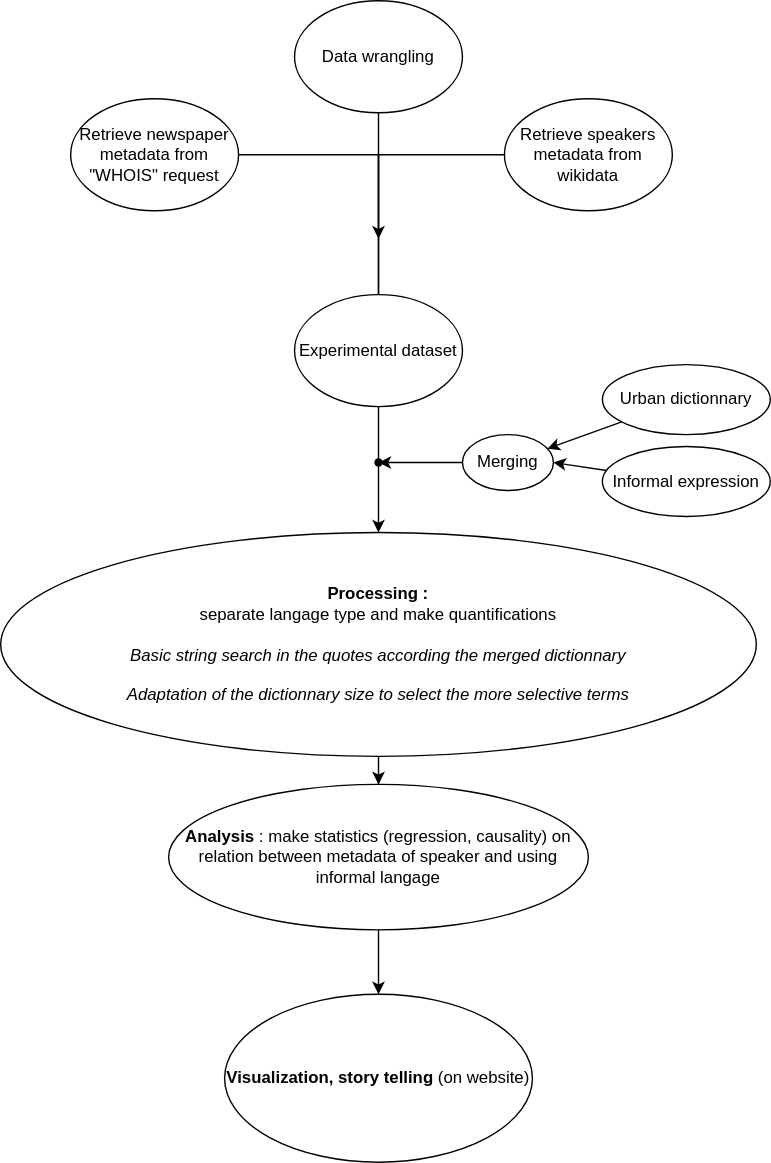
This is test_diagram.drawio.svg from epfl-ada/ada-2021-project-adacadabra, a draw.io export, as it was before one commit. Source tidied: cells renumbered, new cells last; positions are measured from the earlier drawing's top-left corner, leaving out a move shared by most shapes.
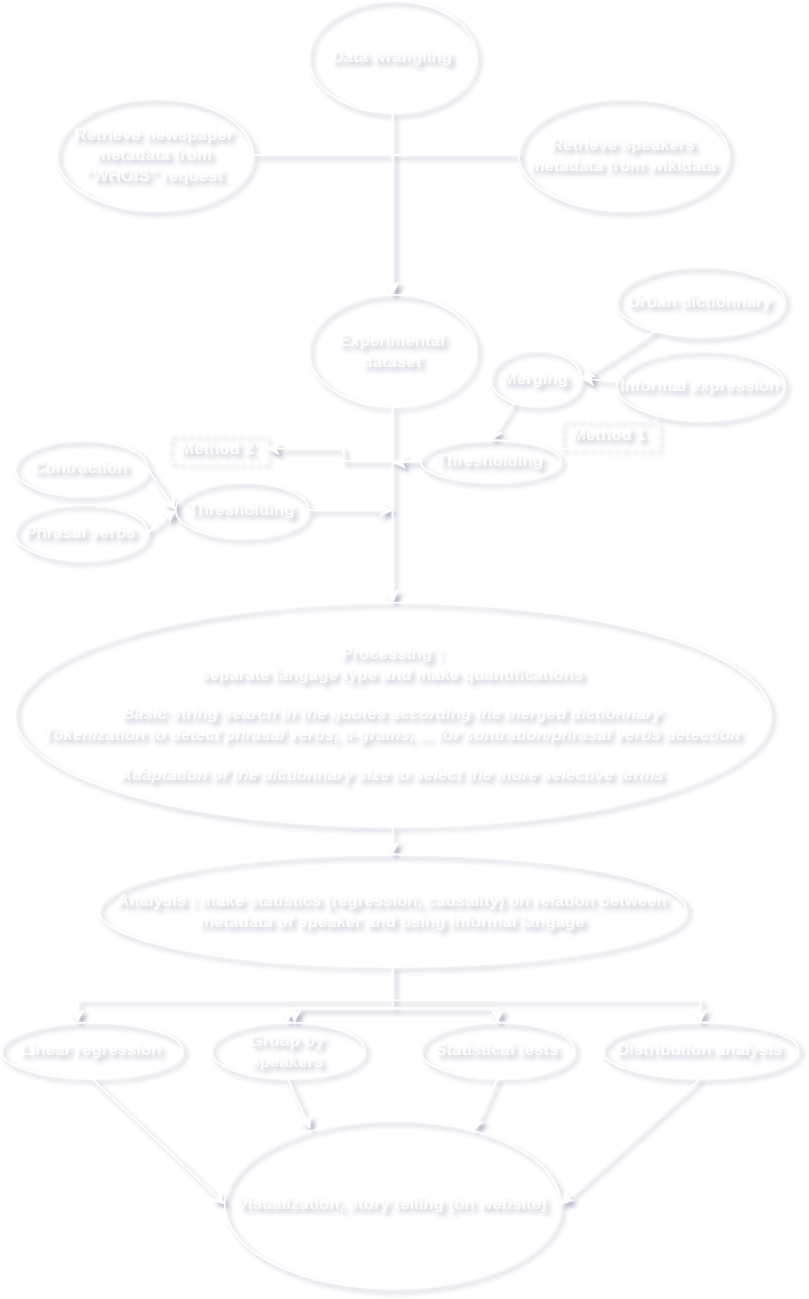
The same diagram one commit later.

What changed in the source:
```diff
@@ -1,65 +1,171 @@
-<mxGraphModel>
+<mxGraphModel shadow="1">
   <root>
     <mxCell id="0" />
     <mxCell id="1" parent="0" />
-    <mxCell id="2" style="edgeStyle=orthogonalEdgeStyle;rounded=0;jettySize=auto;html=1;" parent="1" edge="1" source="3" target="5">
-      <mxGeometry relative="1" as="geometry" />
-    </mxCell>
-    <mxCell id="3" value="Data wrangling" style="ellipse;whiteSpace=wrap;html=1;" parent="1" vertex="1">
+    <mxCell id="3" value="Data wrangling" style="ellipse;whiteSpace=wrap;html=1;fillColor=none;strokeColor=#FFFFFF;fontColor=#FFFFFF;strokeWidth=1;textOpacity=70;fontStyle=1;" parent="1" vertex="1">
       <mxGeometry x="210" width="120" height="80" as="geometry" />
     </mxCell>
-    <mxCell id="4" style="edgeStyle=orthogonalEdgeStyle;rounded=0;jettySize=auto;html=1;" parent="1" edge="1" source="5" target="7">
+    <mxCell id="4" style="edgeStyle=orthogonalEdgeStyle;rounded=0;jettySize=auto;html=1;strokeColor=#FFFFFF;labelBackgroundColor=none;fontColor=#FFFFFF;strokeWidth=1;textOpacity=70;fontStyle=1;" parent="1" edge="1" source="5" target="7">
       <mxGeometry relative="1" as="geometry" />
     </mxCell>
-    <mxCell id="5" value="&lt;b&gt;Processing : &lt;/b&gt;&lt;br&gt;&lt;div&gt;separate langage type and make quantifications&lt;/div&gt;&lt;div&gt;&lt;br&gt;&lt;/div&gt;&lt;div&gt;&lt;i&gt;Basic string search in the quotes according the merged dictionnary&lt;/i&gt;&lt;/div&gt;&lt;div&gt;&lt;br&gt;&lt;/div&gt;&lt;div&gt;&lt;i&gt;Adaptation of the dictionnary size to select the more selective terms&lt;/i&gt;&lt;/div&gt;" style="ellipse;whiteSpace=wrap;html=1;" parent="1" vertex="1">
-      <mxGeometry y="380" width="540" height="160" as="geometry" />
+    <mxCell id="5" value="&lt;span&gt;Processing : &lt;/span&gt;&lt;br&gt;&lt;div&gt;separate langage type and make quantifications&lt;/div&gt;&lt;div&gt;&lt;br&gt;&lt;/div&gt;&lt;div&gt;&lt;i&gt;Basic string search in the quotes according the merged dictionnary&lt;/i&gt;&lt;/div&gt;&lt;div&gt;&lt;i&gt;Tokenization to detect phrasal verbs, n-grams, ... for contration/phrasal verbs detection&lt;/i&gt;&lt;/div&gt;&lt;div&gt;&lt;br&gt;&lt;/div&gt;&lt;div&gt;&lt;i&gt;Adaptation of the dictionnary size to select the more selective terms&lt;/i&gt;&lt;/div&gt;" style="ellipse;whiteSpace=wrap;html=1;fillColor=none;strokeColor=#FFFFFF;labelBackgroundColor=none;fontColor=#FFFFFF;strokeWidth=1;textOpacity=70;fontStyle=1;" parent="1" vertex="1">
+      <mxGeometry y="430" width="540" height="160" as="geometry" />
     </mxCell>
-    <mxCell id="6" style="edgeStyle=orthogonalEdgeStyle;rounded=0;jettySize=auto;html=1;" parent="1" edge="1" source="7" target="8">
-      <mxGeometry relative="1" as="geometry" />
+    <mxCell id="6" style="edgeStyle=orthogonalEdgeStyle;rounded=0;jettySize=auto;html=1;entryX=0.5;entryY=0;entryDx=0;entryDy=0;strokeColor=#FFFFFF;labelBackgroundColor=none;fontColor=#FFFFFF;strokeWidth=1;textOpacity=70;fontStyle=1;" parent="1" edge="1" source="7" target="34">
+      <mxGeometry relative="1" as="geometry">
+        <Array as="points">
+          <mxPoint x="270" y="720" />
+          <mxPoint x="345" y="720" />
+        </Array>
+      </mxGeometry>
     </mxCell>
-    <mxCell id="7" value="&lt;b&gt;Analysis&lt;/b&gt; : make statistics (regression, causality) on relation between metadata of speaker and using informal langage" style="ellipse;whiteSpace=wrap;html=1;" parent="1" vertex="1">
-      <mxGeometry x="120" y="560" width="300" height="104" as="geometry" />
+    <mxCell id="7" value="&lt;span&gt;Analysis&lt;/span&gt; : make statistics (regression, causality) on relation between metadata of speaker and using informal langage" style="ellipse;whiteSpace=wrap;html=1;fillColor=none;strokeColor=#FFFFFF;labelBackgroundColor=none;fontColor=#FFFFFF;strokeWidth=1;textOpacity=70;fontStyle=1;" parent="1" vertex="1">
+      <mxGeometry x="60" y="610" width="420" height="80" as="geometry" />
     </mxCell>
-    <mxCell id="8" value="&lt;b&gt;Visualization, story telling&lt;/b&gt; (on website)" style="ellipse;whiteSpace=wrap;html=1;" parent="1" vertex="1">
-      <mxGeometry x="160" y="710" width="220" height="120" as="geometry" />
+    <mxCell id="8" value="&lt;span&gt;Visualization, story telling&lt;/span&gt; (on website)" style="ellipse;whiteSpace=wrap;html=1;fillColor=none;strokeColor=#FFFFFF;fontColor=#FFFFFF;strokeWidth=1;textOpacity=70;fontStyle=1;" parent="1" vertex="1">
+      <mxGeometry x="150" y="800" width="240" height="120" as="geometry" />
     </mxCell>
-    <mxCell id="9" value="Retrieve speakers metadata from wikidata" style="ellipse;whiteSpace=wrap;html=1;" parent="1" vertex="1">
-      <mxGeometry x="360" y="70" width="120" height="80" as="geometry" />
+    <mxCell id="9" value="Retrieve speakers metadata from wikidata" style="ellipse;whiteSpace=wrap;html=1;fillColor=none;strokeColor=#FFFFFF;labelBackgroundColor=none;fontColor=#FFFFFF;strokeWidth=1;textOpacity=70;fontStyle=1;" parent="1" vertex="1">
+      <mxGeometry x="360" y="70" width="150" height="80" as="geometry" />
     </mxCell>
-    <mxCell id="10" style="edgeStyle=orthogonalEdgeStyle;rounded=0;jettySize=auto;html=1;" parent="1" edge="1" source="11">
-      <mxGeometry relative="1" as="geometry">
-        <mxPoint x="270" y="170" as="targetPoint" />
-      </mxGeometry>
-    </mxCell>
-    <mxCell id="11" value="Retrieve newspaper metadata from &quot;WHOIS&quot; request" style="ellipse;whiteSpace=wrap;html=1;" parent="1" vertex="1">
-      <mxGeometry x="50" y="70" width="120" height="80" as="geometry" />
+    <mxCell id="11" value="Retrieve newspaper metadata from &quot;WHOIS&quot; request" style="ellipse;whiteSpace=wrap;html=1;fillColor=none;strokeColor=#FFFFFF;labelBackgroundColor=none;fontColor=#FFFFFF;strokeWidth=1;textOpacity=70;fontStyle=1;" parent="1" vertex="1">
+      <mxGeometry x="30" y="70" width="140" height="80" as="geometry" />
     </mxCell>
-    <mxCell id="12" value="Experimental dataset" style="ellipse;whiteSpace=wrap;html=1;" parent="1" vertex="1">
+    <mxCell id="12" value="Experimental dataset" style="ellipse;whiteSpace=wrap;html=1;fillColor=none;strokeColor=#FFFFFF;labelBackgroundColor=none;fontColor=#FFFFFF;strokeWidth=1;textOpacity=70;fontStyle=1;" parent="1" vertex="1">
       <mxGeometry x="210" y="210" width="120" height="80" as="geometry" />
     </mxCell>
-    <mxCell id="13" style="edgeStyle=orthogonalEdgeStyle;rounded=0;jettySize=auto;html=1;exitX=0;exitY=0.5;exitDx=0;exitDy=0;entryX=0.5;entryY=0;entryDx=0;entryDy=0;endArrow=none;" parent="1" edge="1" source="9" target="12">
-      <mxGeometry relative="1" as="geometry" />
-    </mxCell>
-    <mxCell id="14" style="edgeStyle=none;rounded=0;jettySize=auto;html=1;" parent="1" edge="1" source="15" target="19">
+    <mxCell id="14" style="edgeStyle=none;rounded=0;jettySize=auto;html=1;entryX=1;entryY=0.5;entryDx=0;entryDy=0;labelBackgroundColor=none;fontColor=#FFFFFF;strokeColor=#FFFFFF;strokeWidth=1;textOpacity=70;fontStyle=1;" parent="1" edge="1" source="15" target="19">
       <mxGeometry relative="1" as="geometry" />
     </mxCell>
-    <mxCell id="15" value="Urban dictionnary" style="ellipse;whiteSpace=wrap;html=1;" parent="1" vertex="1">
-      <mxGeometry x="430" y="260" width="120" height="50" as="geometry" />
+    <mxCell id="15" value="Urban dictionnary" style="ellipse;whiteSpace=wrap;html=1;fillColor=none;strokeColor=#FFFFFF;labelBackgroundColor=none;fontColor=#FFFFFF;strokeWidth=1;textOpacity=70;fontStyle=1;" parent="1" vertex="1">
+      <mxGeometry x="430" y="190" width="120" height="50" as="geometry" />
     </mxCell>
-    <mxCell id="16" style="edgeStyle=none;rounded=0;jettySize=auto;html=1;entryX=1;entryY=0.5;entryDx=0;entryDy=0;" parent="1" edge="1" source="17" target="19">
+    <mxCell id="16" style="edgeStyle=none;rounded=0;jettySize=auto;html=1;entryX=1;entryY=0.5;entryDx=0;entryDy=0;labelBackgroundColor=none;fontColor=#FFFFFF;strokeColor=#FFFFFF;strokeWidth=1;textOpacity=70;fontStyle=1;" parent="1" edge="1" source="17" target="19">
       <mxGeometry relative="1" as="geometry" />
     </mxCell>
-    <mxCell id="17" value="Informal expression" style="ellipse;whiteSpace=wrap;html=1;" parent="1" vertex="1">
-      <mxGeometry x="430" y="318.5" width="120" height="50" as="geometry" />
+    <mxCell id="17" value="Informal expression" style="ellipse;whiteSpace=wrap;html=1;fillColor=none;strokeColor=#FFFFFF;labelBackgroundColor=none;fontColor=#FFFFFF;strokeWidth=1;textOpacity=70;fontStyle=1;" parent="1" vertex="1">
+      <mxGeometry x="430" y="250" width="120" height="50" as="geometry" />
     </mxCell>
-    <mxCell id="18" style="edgeStyle=none;rounded=0;jettySize=auto;html=1;" parent="1" edge="1" source="19" target="20">
-      <mxGeometry relative="1" as="geometry" />
+    <mxCell id="18" style="edgeStyle=none;rounded=0;jettySize=auto;html=1;startArrow=none;strokeColor=#FFFFFF;labelBackgroundColor=none;fontColor=#FFFFFF;strokeWidth=1;textOpacity=70;fontStyle=1;" parent="1" edge="1" source="23">
+      <mxGeometry relative="1" as="geometry">
+        <mxPoint x="270" y="330" as="targetPoint" />
+      </mxGeometry>
     </mxCell>
-    <mxCell id="19" value="Merging" style="ellipse;whiteSpace=wrap;html=1;" parent="1" vertex="1">
-      <mxGeometry x="330" y="310" width="65" height="40" as="geometry" />
+    <mxCell id="19" value="Merging" style="ellipse;whiteSpace=wrap;html=1;fillColor=none;strokeColor=#FFFFFF;labelBackgroundColor=none;fontColor=#FFFFFF;strokeWidth=1;textOpacity=70;fontStyle=1;" parent="1" vertex="1">
+      <mxGeometry x="340" y="250" width="65" height="40" as="geometry" />
     </mxCell>
-    <mxCell id="20" style="shape=waypoint;size=6;points=[];fillColor=rgba(255, 255, 255, 1);perimeter=centerPerimeter;snapToPoint=1;" parent="1" vertex="1">
-      <mxGeometry x="250" y="310" width="40" height="40" as="geometry" />
-    </mxCell>
+    <mxCell id="21" value="Thresholding" style="ellipse;whiteSpace=wrap;html=1;fillColor=none;strokeColor=#FFFFFF;labelBackgroundColor=none;fontColor=#FFFFFF;strokeWidth=1;textOpacity=70;fontStyle=1;" parent="1" vertex="1">
+      <mxGeometry x="115" y="344" width="95" height="40" as="geometry" />
+    </mxCell>
+    <mxCell id="22" style="edgeStyle=orthogonalEdgeStyle;rounded=0;jettySize=auto;html=1;strokeColor=#FFFFFF;labelBackgroundColor=none;fontColor=#FFFFFF;strokeWidth=1;textOpacity=70;fontStyle=1;" parent="1" edge="1" source="23" target="31">
+      <mxGeometry relative="1" as="geometry" />
+    </mxCell>
+    <mxCell id="23" value="Thresholding" style="ellipse;whiteSpace=wrap;html=1;fillColor=none;strokeColor=#FFFFFF;labelBackgroundColor=none;fontColor=#FFFFFF;strokeWidth=1;textOpacity=70;fontStyle=1;" parent="1" vertex="1">
+      <mxGeometry x="290" y="314" width="100" height="30" as="geometry" />
+    </mxCell>
+    <mxCell id="24" style="edgeStyle=none;rounded=0;jettySize=auto;html=1;entryX=0.5;entryY=0;entryDx=0;entryDy=0;exitX=0.262;exitY=0.925;exitDx=0;exitDy=0;exitPerimeter=0;strokeColor=#FFFFFF;labelBackgroundColor=none;fontColor=#FFFFFF;strokeWidth=1;textOpacity=70;fontStyle=1;" parent="1" edge="1" source="19" target="23">
+      <mxGeometry relative="1" as="geometry" />
+    </mxCell>
+    <mxCell id="25" value="Contraction" style="ellipse;whiteSpace=wrap;html=1;fillColor=none;strokeColor=#FFFFFF;labelBackgroundColor=none;fontColor=#FFFFFF;strokeWidth=1;textOpacity=70;fontStyle=1;" parent="1" vertex="1">
+      <mxGeometry y="314" width="95" height="40" as="geometry" />
+    </mxCell>
+    <mxCell id="26" value="Phrasal verbs" style="ellipse;whiteSpace=wrap;html=1;fillColor=none;strokeColor=#FFFFFF;labelBackgroundColor=none;fontColor=#FFFFFF;strokeWidth=1;textOpacity=70;fontStyle=1;" parent="1" vertex="1">
+      <mxGeometry y="360" width="95" height="40" as="geometry" />
+    </mxCell>
+    <mxCell id="27" style="edgeStyle=none;rounded=0;jettySize=auto;html=1;entryX=0;entryY=0.5;entryDx=0;entryDy=0;exitX=1;exitY=0.5;exitDx=0;exitDy=0;strokeColor=#FFFFFF;labelBackgroundColor=none;fontColor=#FFFFFF;strokeWidth=1;textOpacity=70;fontStyle=1;" parent="1" edge="1" source="25" target="21">
+      <mxGeometry relative="1" as="geometry" />
+    </mxCell>
+    <mxCell id="28" style="edgeStyle=none;rounded=0;jettySize=auto;html=1;entryX=0;entryY=0.5;entryDx=0;entryDy=0;exitX=1;exitY=0.5;exitDx=0;exitDy=0;strokeColor=#FFFFFF;labelBackgroundColor=none;fontColor=#FFFFFF;strokeWidth=1;textOpacity=70;fontStyle=1;" parent="1" edge="1" source="26" target="21">
+      <mxGeometry relative="1" as="geometry" />
+    </mxCell>
+    <mxCell id="29" style="edgeStyle=none;rounded=0;jettySize=auto;html=1;exitX=1;exitY=0.5;exitDx=0;exitDy=0;strokeColor=#FFFFFF;labelBackgroundColor=none;fontColor=#FFFFFF;strokeWidth=1;textOpacity=70;fontStyle=1;" parent="1" edge="1" source="21">
+      <mxGeometry relative="1" as="geometry">
+        <mxPoint x="270" y="364" as="targetPoint" />
+      </mxGeometry>
+    </mxCell>
+    <mxCell id="30" value="Method 1" style="rounded=0;whiteSpace=wrap;html=1;dashed=1;fillColor=none;strokeColor=#FFFFFF;labelBackgroundColor=none;fontColor=#FFFFFF;strokeWidth=1;textOpacity=70;fontStyle=1;" parent="1" vertex="1">
+      <mxGeometry x="390" y="300" width="70" height="20" as="geometry" />
+    </mxCell>
+    <mxCell id="31" value="Method 2" style="rounded=0;whiteSpace=wrap;html=1;dashed=1;strokeColor=#FFFFFF;fillColor=none;labelBackgroundColor=none;fontColor=#FFFFFF;strokeWidth=1;textOpacity=70;fontStyle=1;" parent="1" vertex="1">
+      <mxGeometry x="110" y="310" width="70" height="20" as="geometry" />
+    </mxCell>
+    <mxCell id="32" value="Linear regression" style="ellipse;whiteSpace=wrap;html=1;fillColor=none;strokeColor=#FFFFFF;labelBackgroundColor=none;fontColor=#FFFFFF;strokeWidth=1;textOpacity=70;fontStyle=1;" parent="1" vertex="1">
+      <mxGeometry x="-10" y="730" width="130" height="40" as="geometry" />
+    </mxCell>
+    <mxCell id="33" value="Group by speakers" style="ellipse;whiteSpace=wrap;html=1;fillColor=none;strokeColor=#FFFFFF;labelBackgroundColor=none;fontColor=#FFFFFF;strokeWidth=1;textOpacity=70;fontStyle=1;" parent="1" vertex="1">
+      <mxGeometry x="140" y="730" width="110" height="40" as="geometry" />
+    </mxCell>
+    <mxCell id="34" value="Statistical tests" style="ellipse;whiteSpace=wrap;html=1;fillColor=none;strokeColor=#FFFFFF;labelBackgroundColor=none;fontColor=#FFFFFF;strokeWidth=1;textOpacity=70;fontStyle=1;" parent="1" vertex="1">
+      <mxGeometry x="290" y="730" width="110" height="40" as="geometry" />
+    </mxCell>
+    <mxCell id="35" value="Distribution analysis" style="ellipse;whiteSpace=wrap;html=1;fillColor=none;strokeColor=#FFFFFF;labelBackgroundColor=none;fontColor=#FFFFFF;strokeWidth=1;textOpacity=70;fontStyle=1;" parent="1" vertex="1">
+      <mxGeometry x="420" y="730" width="140" height="40" as="geometry" />
+    </mxCell>
+    <mxCell id="36" style="edgeStyle=orthogonalEdgeStyle;rounded=0;jettySize=auto;html=1;entryX=0.5;entryY=0;entryDx=0;entryDy=0;exitX=0.5;exitY=1;exitDx=0;exitDy=0;strokeColor=#FFFFFF;labelBackgroundColor=none;fontColor=#FFFFFF;strokeWidth=1;textOpacity=70;fontStyle=1;" parent="1" edge="1" source="7" target="35">
+      <mxGeometry relative="1" as="geometry">
+        <Array as="points">
+          <mxPoint x="490" y="714" />
+        </Array>
+      </mxGeometry>
+    </mxCell>
+    <mxCell id="37" style="edgeStyle=orthogonalEdgeStyle;rounded=0;jettySize=auto;html=1;entryX=0.5;entryY=0;entryDx=0;entryDy=0;exitX=0.5;exitY=1;exitDx=0;exitDy=0;strokeColor=#FFFFFF;labelBackgroundColor=none;fontColor=#FFFFFF;strokeWidth=1;textOpacity=70;fontStyle=1;" parent="1" edge="1" source="7">
+      <mxGeometry relative="1" as="geometry">
+        <mxPoint x="45" y="730" as="targetPoint" />
+        <Array as="points">
+          <mxPoint x="45" y="714" />
+        </Array>
+      </mxGeometry>
+    </mxCell>
+    <mxCell id="38" style="edgeStyle=orthogonalEdgeStyle;rounded=0;jettySize=auto;html=1;entryX=0.5;entryY=0;entryDx=0;entryDy=0;strokeColor=#FFFFFF;labelBackgroundColor=none;fontColor=#FFFFFF;strokeWidth=1;textOpacity=70;fontStyle=1;" parent="1" edge="1" target="33">
+      <mxGeometry relative="1" as="geometry">
+        <mxPoint x="270" y="720" as="sourcePoint" />
+        <Array as="points">
+          <mxPoint x="195" y="720" />
+        </Array>
+      </mxGeometry>
+    </mxCell>
+    <mxCell id="39" style="edgeStyle=none;rounded=0;jettySize=auto;html=1;exitX=0.5;exitY=1;exitDx=0;exitDy=0;entryX=0;entryY=0.5;entryDx=0;entryDy=0;strokeColor=#FFFFFF;labelBackgroundColor=none;fontColor=#FFFFFF;strokeWidth=1;textOpacity=70;fontStyle=1;" parent="1" edge="1" source="32" target="8">
+      <mxGeometry relative="1" as="geometry" />
+    </mxCell>
+    <mxCell id="40" style="edgeStyle=none;rounded=0;jettySize=auto;html=1;exitX=0.5;exitY=1;exitDx=0;exitDy=0;entryX=0.255;entryY=0.05;entryDx=0;entryDy=0;entryPerimeter=0;strokeColor=#FFFFFF;labelBackgroundColor=none;fontColor=#FFFFFF;strokeWidth=1;textOpacity=70;fontStyle=1;" parent="1" edge="1" source="33" target="8">
+      <mxGeometry relative="1" as="geometry" />
+    </mxCell>
+    <mxCell id="41" style="edgeStyle=none;rounded=0;jettySize=auto;html=1;exitX=0.5;exitY=1;exitDx=0;exitDy=0;entryX=0.741;entryY=0.058;entryDx=0;entryDy=0;entryPerimeter=0;strokeColor=#FFFFFF;labelBackgroundColor=none;fontColor=#FFFFFF;strokeWidth=1;textOpacity=70;fontStyle=1;" parent="1" edge="1" source="34" target="8">
+      <mxGeometry relative="1" as="geometry" />
+    </mxCell>
+    <mxCell id="42" style="edgeStyle=none;rounded=0;jettySize=auto;html=1;exitX=0.5;exitY=1;exitDx=0;exitDy=0;entryX=1;entryY=0.5;entryDx=0;entryDy=0;strokeColor=#FFFFFF;labelBackgroundColor=none;fontColor=#FFFFFF;strokeWidth=1;textOpacity=70;fontStyle=1;" parent="1" edge="1" source="35" target="8">
+      <mxGeometry relative="1" as="geometry" />
+    </mxCell>
+    <mxCell id="43" style="edgeStyle=none;rounded=0;jettySize=auto;html=1;exitX=1;exitY=0.5;exitDx=0;exitDy=0;entryX=0.5;entryY=0;entryDx=0;entryDy=0;strokeColor=#FFFFFF;labelBackgroundColor=none;fontColor=#FFFFFF;strokeWidth=1;textOpacity=70;fontStyle=1;" parent="1" edge="1" source="11" target="12">
+      <mxGeometry relative="1" as="geometry">
+        <Array as="points">
+          <mxPoint x="270" y="110" />
+        </Array>
+      </mxGeometry>
+    </mxCell>
+    <mxCell id="44" style="edgeStyle=none;rounded=0;jettySize=auto;html=1;entryX=0.5;entryY=0;entryDx=0;entryDy=0;strokeColor=#FFFFFF;labelBackgroundColor=none;fontColor=#FFFFFF;strokeWidth=1;textOpacity=70;fontStyle=1;" parent="1" edge="1" target="12">
+      <mxGeometry relative="1" as="geometry">
+        <mxPoint x="270" y="80" as="sourcePoint" />
+      </mxGeometry>
+    </mxCell>
+    <mxCell id="13" style="edgeStyle=none;rounded=0;jettySize=auto;html=1;exitX=0;exitY=0.5;exitDx=0;exitDy=0;entryX=0.5;entryY=0;entryDx=0;entryDy=0;strokeColor=#FFFFFF;labelBackgroundColor=none;fontColor=#FFFFFF;strokeWidth=1;textOpacity=70;fontStyle=1;" parent="1" edge="1" source="9" target="12">
+      <mxGeometry relative="1" as="geometry">
+        <Array as="points">
+          <mxPoint x="270" y="110" />
+        </Array>
+      </mxGeometry>
+    </mxCell>
+    <mxCell id="45" style="edgeStyle=none;rounded=0;jettySize=auto;html=1;entryX=0.5;entryY=0;entryDx=0;entryDy=0;exitX=0.5;exitY=1;exitDx=0;exitDy=0;strokeColor=#FFFFFF;labelBackgroundColor=none;fontColor=#FFFFFF;strokeWidth=1;textOpacity=70;fontStyle=1;" parent="1" edge="1" source="12" target="5">
+      <mxGeometry relative="1" as="geometry" />
+    </mxCell>
+    <mxCell id="46" style="edgeStyle=orthogonalEdgeStyle;rounded=0;orthogonalLoop=1;jettySize=auto;html=1;entryX=0.5;entryY=0;entryDx=0;entryDy=0;strokeColor=#FFFFFF;labelBackgroundColor=none;fontColor=#FFFFFF;strokeWidth=1;textOpacity=70;fontStyle=1;" parent="1" edge="1">
+      <mxGeometry relative="1" as="geometry">
+        <mxPoint x="275" y="720" as="sourcePoint" />
+        <mxPoint x="200" y="730" as="targetPoint" />
+        <Array as="points">
+          <mxPoint x="200" y="720" />
+        </Array>
+      </mxGeometry>
+    </mxCell>
   </root>
 </mxGraphModel>
```
